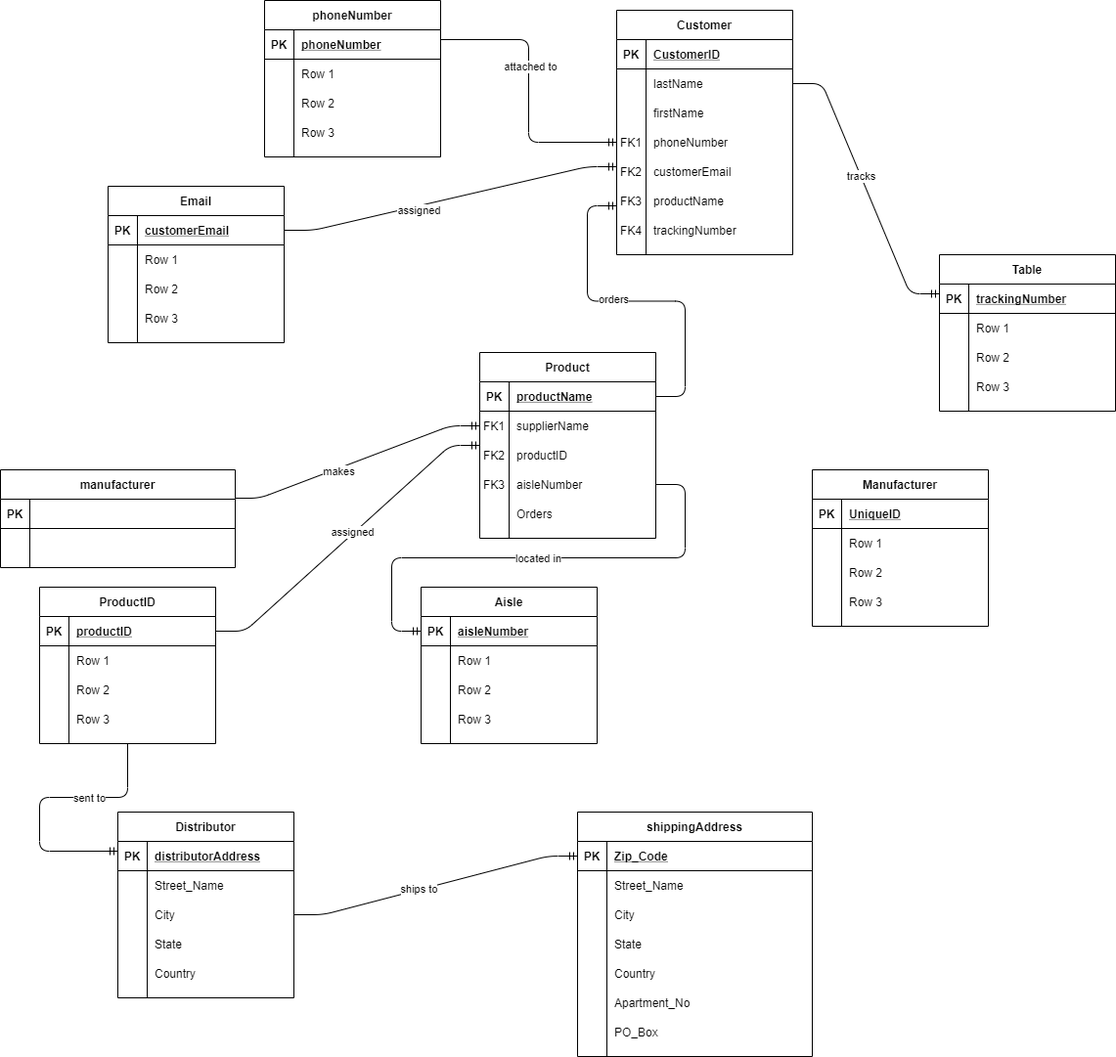
Before: erd.png, a diagram exported from draw.io (tylerbward/CIS-326-Group-Project). Source tidied: cells renumbered, new cells last; positions are measured from the earlier drawing's top-left corner, leaving out a move shared by most shapes.
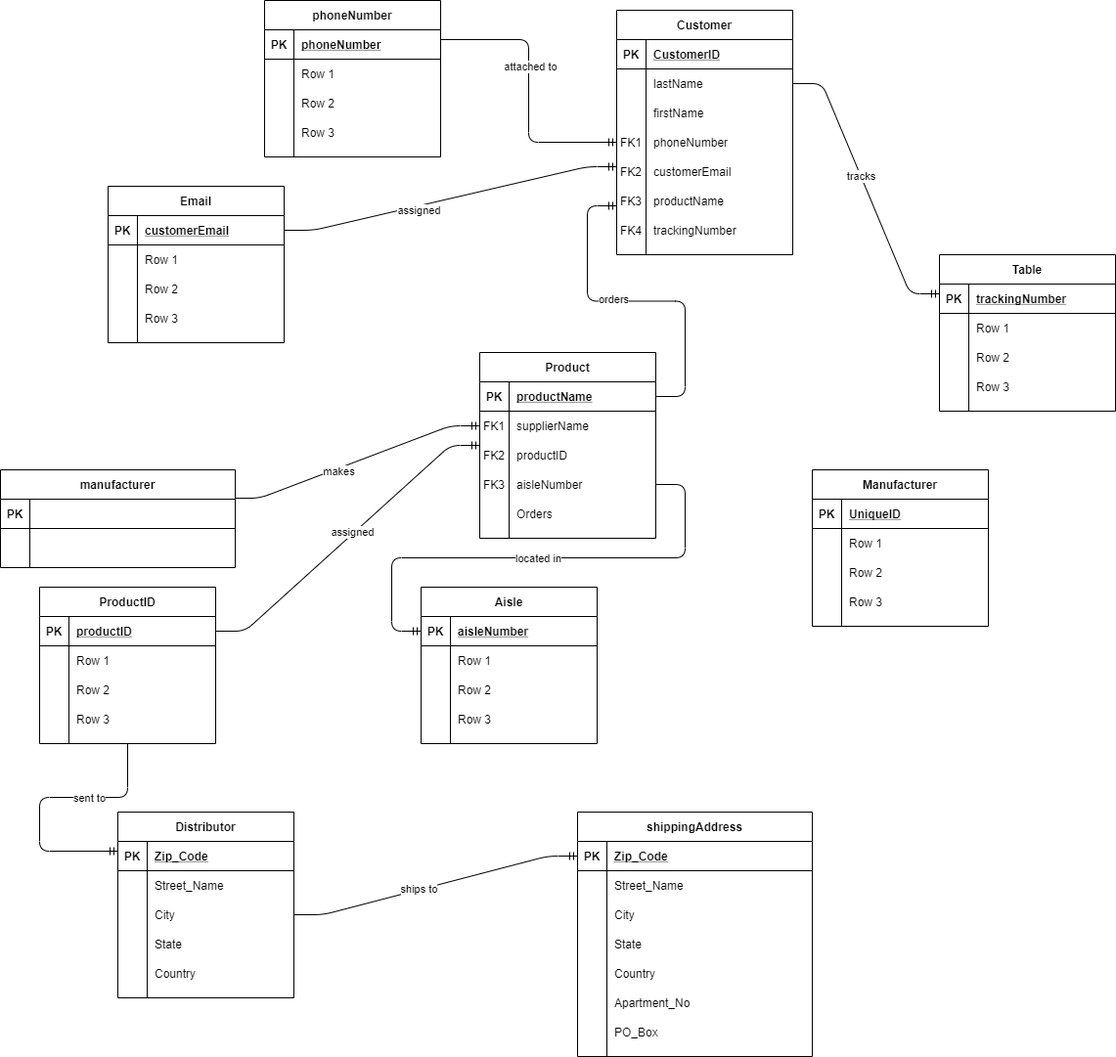
The same diagram one commit later.

What changed in the source:
```diff
@@ -368,7 +368,7 @@
     <mxCell id="116" value="PK" style="shape=partialRectangle;fillColor=none;top=0;left=0;bottom=0;right=0;fontStyle=1;overflow=hidden;" parent="115" vertex="1">
       <mxGeometry width="30" height="30" as="geometry" />
     </mxCell>
-    <mxCell id="117" value="distributorAddress" style="shape=partialRectangle;fillColor=none;top=0;left=0;bottom=0;right=0;align=left;spacingLeft=6;fontStyle=5;overflow=hidden;" parent="115" vertex="1">
+    <mxCell id="117" value="Zip_Code" style="shape=partialRectangle;fillColor=none;top=0;left=0;bottom=0;right=0;align=left;spacingLeft=6;fontStyle=5;overflow=hidden;" parent="115" vertex="1">
       <mxGeometry x="30" width="150" height="30" as="geometry" />
     </mxCell>
     <mxCell id="118" style="shape=partialRectangle;fillColor=none;top=0;left=0;bottom=0;right=0;" parent="114" vertex="1">
```
